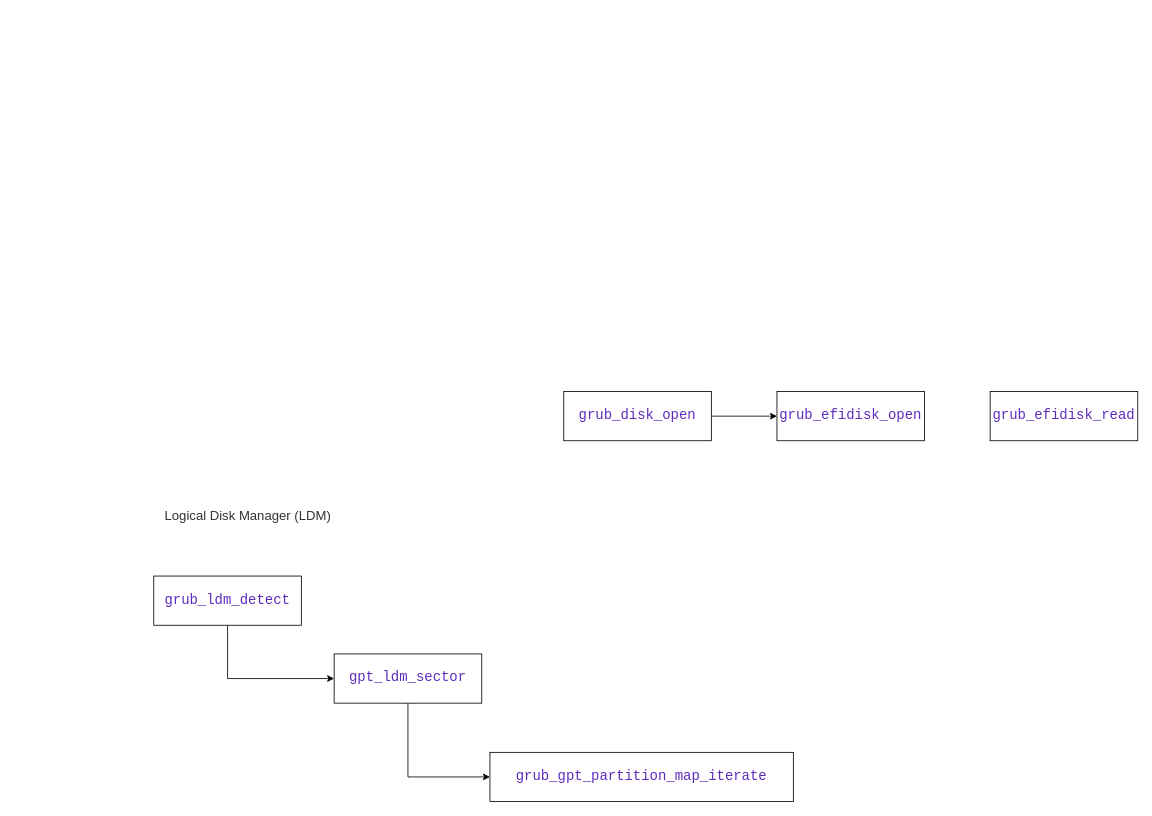
The draw.io diagram grub.drawio in wbzzx-bb/wb-linux, before the edit. Source tidied: cells renumbered, new cells numbered last; positions are measured from the earlier drawing's top-left corner, leaving out a move shared by most shapes. Both pictures are drawn from the tidied source at 82%, with x=0, y=0 at pixel (121, 391).
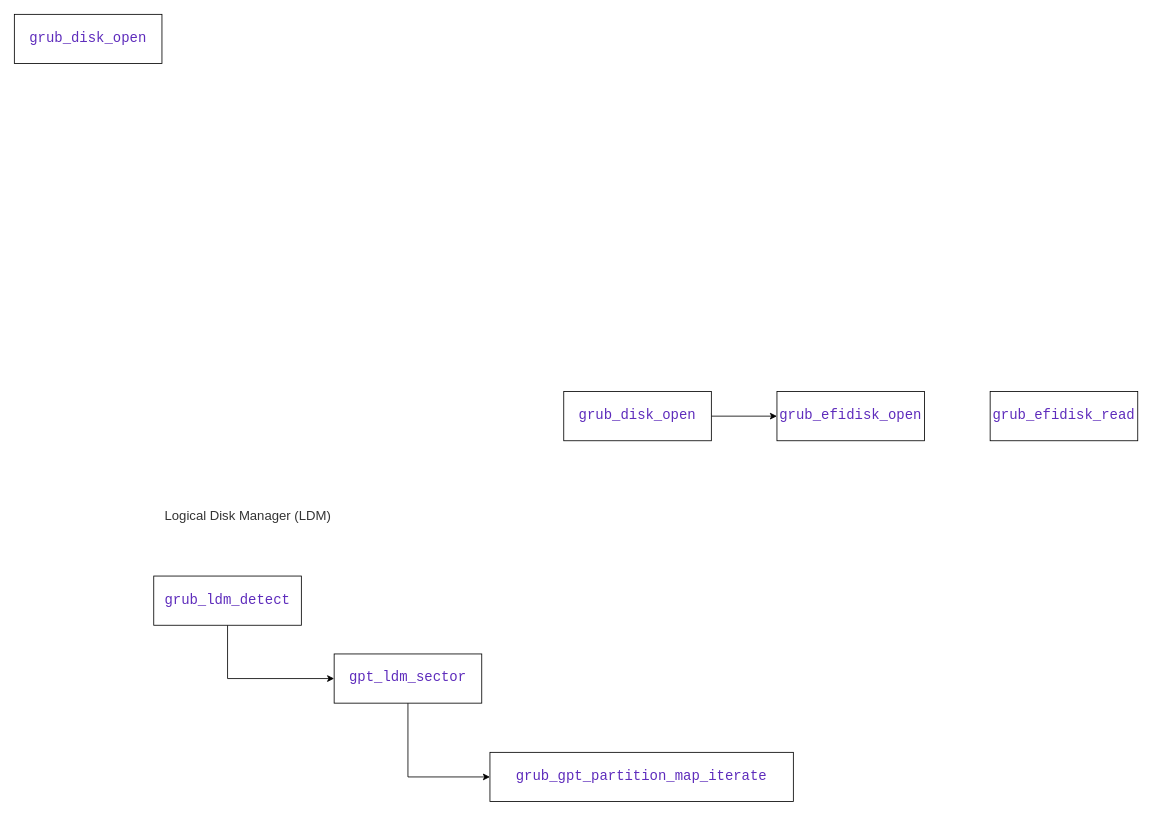
Above is the later version.

Change to the diagram source:
```diff
@@
 <mxGraphModel>
   <root>
     <mxCell id="0" />
     <mxCell id="1" parent="0" />
     <mxCell id="2" style="edgeStyle=orthogonalEdgeStyle;rounded=0;jettySize=auto;html=1;entryX=0;entryY=0.5;entryDx=0;entryDy=0;" parent="1" edge="1" source="3" target="4">
       <mxGeometry relative="1" as="geometry" />
     </mxCell>
     <mxCell id="3" value="&lt;div style=&quot;color: rgb(41, 41, 41); background-color: rgb(255, 255, 255); font-family: Consolas, &amp;quot;Courier New&amp;quot;, monospace; line-height: 19px; white-space: pre;&quot;&gt;&lt;span style=&quot;color: rgb(94, 44, 188);&quot;&gt;&lt;font style=&quot;font-size: 17px;&quot;&gt;grub_disk_open&lt;/font&gt;&lt;/span&gt;&lt;/div&gt;" style="rounded=0;whiteSpace=wrap;html=1;" parent="1" vertex="1">
       <mxGeometry x="540" width="180" height="60" as="geometry" />
     </mxCell>
     <mxCell id="4" value="&lt;div style=&quot;color: rgb(41, 41, 41); background-color: rgb(255, 255, 255); font-family: Consolas, &amp;quot;Courier New&amp;quot;, monospace; line-height: 19px; white-space: pre;&quot;&gt;&lt;span style=&quot;color: rgb(94, 44, 188);&quot;&gt;&lt;font style=&quot;font-size: 17px;&quot;&gt;grub_efidisk_open&lt;/font&gt;&lt;/span&gt;&lt;/div&gt;" style="rounded=0;whiteSpace=wrap;html=1;" parent="1" vertex="1">
       <mxGeometry x="800" width="180" height="60" as="geometry" />
     </mxCell>
     <mxCell id="5" value="&lt;div style=&quot;color: rgb(41, 41, 41); background-color: rgb(255, 255, 255); font-family: Consolas, &amp;quot;Courier New&amp;quot;, monospace; line-height: 19px; white-space: pre;&quot;&gt;&lt;span style=&quot;color: rgb(94, 44, 188);&quot;&gt;&lt;font style=&quot;font-size: 17px;&quot;&gt;grub_efidisk_read&lt;/font&gt;&lt;/span&gt;&lt;/div&gt;" style="rounded=0;whiteSpace=wrap;html=1;" parent="1" vertex="1">
       <mxGeometry x="1060" width="180" height="60" as="geometry" />
     </mxCell>
     <mxCell id="6" style="edgeStyle=orthogonalEdgeStyle;rounded=0;jettySize=auto;html=1;entryX=0;entryY=0.5;entryDx=0;entryDy=0;exitX=0.5;exitY=1;exitDx=0;exitDy=0;" parent="1" edge="1" source="7" target="8">
       <mxGeometry relative="1" as="geometry" />
     </mxCell>
     <mxCell id="7" value="&lt;div style=&quot;color: rgb(41, 41, 41); background-color: rgb(255, 255, 255); font-family: Consolas, &amp;quot;Courier New&amp;quot;, monospace; line-height: 19px; white-space: pre;&quot;&gt;&lt;span style=&quot;color: rgb(94, 44, 188);&quot;&gt;&lt;font style=&quot;font-size: 17px;&quot;&gt;gpt_ldm_sector&lt;/font&gt;&lt;/span&gt;&lt;/div&gt;" style="rounded=0;whiteSpace=wrap;html=1;" parent="1" vertex="1">
       <mxGeometry x="260" y="320" width="180" height="60" as="geometry" />
     </mxCell>
     <mxCell id="8" value="&lt;div style=&quot;color: rgb(41, 41, 41); background-color: rgb(255, 255, 255); font-family: Consolas, &amp;quot;Courier New&amp;quot;, monospace; line-height: 19px; white-space: pre;&quot;&gt;&lt;span style=&quot;color: rgb(94, 44, 188);&quot;&gt;&lt;font style=&quot;font-size: 17px;&quot;&gt;grub_gpt_partition_map_iterate&lt;/font&gt;&lt;/span&gt;&lt;/div&gt;" style="rounded=0;whiteSpace=wrap;html=1;" parent="1" vertex="1">
       <mxGeometry x="450" y="440" width="370" height="60" as="geometry" />
     </mxCell>
     <mxCell id="9" style="edgeStyle=orthogonalEdgeStyle;rounded=0;jettySize=auto;html=1;entryX=0;entryY=0.5;entryDx=0;entryDy=0;exitX=0.5;exitY=1;exitDx=0;exitDy=0;" parent="1" edge="1" source="10" target="7">
       <mxGeometry relative="1" as="geometry" />
     </mxCell>
     <mxCell id="10" value="&lt;div style=&quot;color: rgb(41, 41, 41); background-color: rgb(255, 255, 255); font-family: Consolas, &amp;quot;Courier New&amp;quot;, monospace; line-height: 19px; white-space: pre;&quot;&gt;&lt;span style=&quot;color: rgb(94, 44, 188);&quot;&gt;&lt;font style=&quot;font-size: 17px;&quot;&gt;grub_ldm_detect&lt;/font&gt;&lt;/span&gt;&lt;/div&gt;" style="rounded=0;whiteSpace=wrap;html=1;" parent="1" vertex="1">
       <mxGeometry x="40" y="225" width="180" height="60" as="geometry" />
     </mxCell>
     <mxCell id="11" value="&lt;h3 style=&quot;box-sizing: border-box; font-size: var(--font-size-subhead,16px); margin-bottom: calc(var(--font-size-subhead, 16px)*.5); font-weight: var(--font-weight-2,normal); line-height: 24px; color: rgb(51, 51, 51); font-family: PingFangSC-Regular; text-align: start; background-color: rgb(255, 255, 255);&quot;&gt;Logical Disk Manager (LDM)&lt;/h3&gt;&lt;div&gt;&lt;br&gt;&lt;/div&gt;" style="text;html=1;align=center;verticalAlign=middle;whiteSpace=wrap;rounded=0;" parent="1" vertex="1">
       <mxGeometry y="140" width="310" height="30" as="geometry" />
     </mxCell>
+    <mxCell id="12" value="&lt;div style=&quot;color: rgb(41, 41, 41); background-color: rgb(255, 255, 255); font-family: Consolas, &amp;quot;Courier New&amp;quot;, monospace; line-height: 19px; white-space: pre;&quot;&gt;&lt;span style=&quot;color: rgb(94, 44, 188);&quot;&gt;&lt;font style=&quot;font-size: 17px;&quot;&gt;grub_disk_open&lt;/font&gt;&lt;/span&gt;&lt;/div&gt;" style="rounded=0;whiteSpace=wrap;html=1;" parent="1" vertex="1">
+      <mxGeometry x="-130" y="-460" width="180" height="60" as="geometry" />
+    </mxCell>
   </root>
 </mxGraphModel>
```
